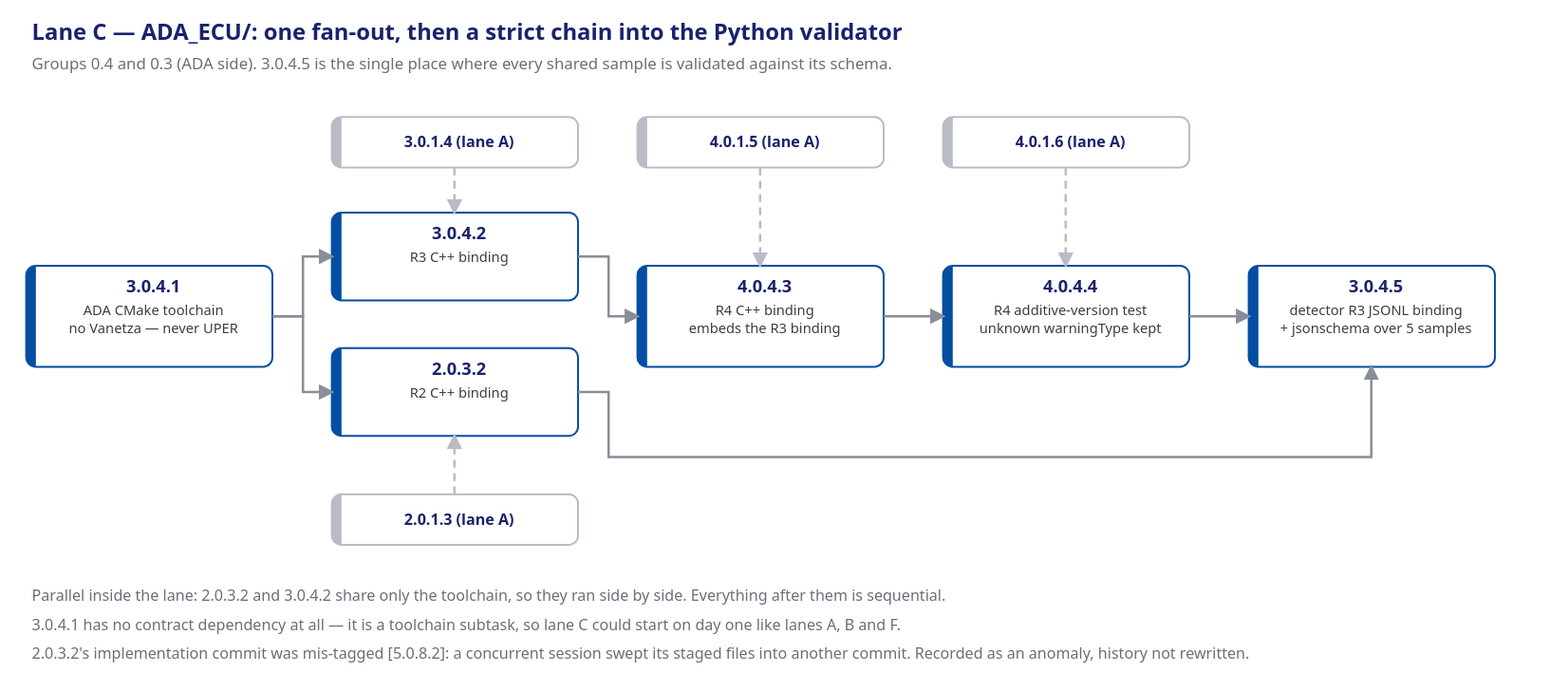
Above: presentation/assets/phase0-exec-lane-c.svg in mnpham2101/FPT-Hackathon2026 (draw.io), before the change. Source tidied: cells renumbered, new cells last; positions are measured from the earlier drawing's top-left corner, leaving out a move shared by most shapes. Source of this version:
```xml
<mxGraphModel>
  <root>
    <mxCell id="0" />
    <mxCell id="1" parent="0" />
    <mxCell id="2" value="Lane C — ADA_ECU/: one fan-out, then a strict chain into the Python validator" style="text;html=1;align=left;verticalAlign=middle;fontSize=16;fontColor=#19226D;fontStyle=1;" parent="1" vertex="1">
      <mxGeometry x="4" width="694" height="26" as="geometry" />
    </mxCell>
    <mxCell id="3" value="Lane C — ADA_ECU/: one fan-out, then a strict chain into the Python validator" style="text;html=1;align=left;verticalAlign=middle;fontSize=14;fontStyle=1;fontColor=#19226D;" parent="1" vertex="1">
      <mxGeometry y="1" width="1140" height="22" as="geometry" />
    </mxCell>
    <mxCell id="4" value="Groups 0.4 and 0.3 (ADA side). 3.0.4.5 is the single place where every shared sample is validated against its schema." style="text;html=1;align=left;verticalAlign=middle;fontSize=11;fontColor=#6b6e7b;" parent="1" vertex="1">
      <mxGeometry x="4" y="27" width="744" height="18" as="geometry" />
    </mxCell>
    <mxCell id="5" value="Groups 0.4 and 0.3 (ADA side). 3.0.4.5 is the single place where every shared sample is validated against its schema." style="text;html=1;align=left;verticalAlign=middle;fontSize=11;fontColor=#6b6e7b;" parent="1" vertex="1">
      <mxGeometry y="23" width="1140" height="18" as="geometry" />
    </mxCell>
    <mxCell id="6" value="&lt;b&gt;3.0.1.4  (lane A)&lt;/b&gt;" style="rounded=1;whiteSpace=wrap;html=1;fillColor=#ffffff;strokeColor=#b9bcc7;fontSize=11;fontColor=#19226D;verticalAlign=middle;" parent="1" vertex="1">
      <mxGeometry x="230" y="75" width="185" height="38" as="geometry" />
    </mxCell>
    <mxCell id="7" value="&lt;b&gt;4.0.1.5  (lane A)&lt;/b&gt;" style="rounded=1;whiteSpace=wrap;html=1;fillColor=#ffffff;strokeColor=#b9bcc7;fontSize=11;fontColor=#19226D;verticalAlign=middle;" parent="1" vertex="1">
      <mxGeometry x="460" y="75" width="185" height="38" as="geometry" />
    </mxCell>
    <mxCell id="8" value="&lt;b&gt;4.0.1.6  (lane A)&lt;/b&gt;" style="rounded=1;whiteSpace=wrap;html=1;fillColor=#ffffff;strokeColor=#b9bcc7;fontSize=11;fontColor=#19226D;verticalAlign=middle;" parent="1" vertex="1">
      <mxGeometry x="690" y="75" width="185" height="38" as="geometry" />
    </mxCell>
    <mxCell id="9" value="&lt;b&gt;2.0.1.3  (lane A)&lt;/b&gt;" style="rounded=1;whiteSpace=wrap;html=1;fillColor=#ffffff;strokeColor=#b9bcc7;fontSize=11;fontColor=#19226D;verticalAlign=middle;" parent="1" vertex="1">
      <mxGeometry x="230" y="359" width="185" height="38" as="geometry" />
    </mxCell>
    <mxCell id="10" value="&lt;b&gt;3.0.4.1&lt;/b&gt;&lt;br&gt;ADA CMake toolchain&lt;br&gt;no Vanetza — never UPER" style="rounded=1;whiteSpace=wrap;html=1;fillColor=#ffffff;strokeColor=#034EA2;fontSize=11;fontColor=#19226D;verticalAlign=middle;" parent="1" vertex="1">
      <mxGeometry y="187" width="185" height="76" as="geometry" />
    </mxCell>
    <mxCell id="11" value="&lt;b&gt;3.0.4.2&lt;/b&gt;&lt;br&gt;R3 C++ binding" style="rounded=1;whiteSpace=wrap;html=1;fillColor=#ffffff;strokeColor=#034EA2;fontSize=11;fontColor=#19226D;verticalAlign=middle;" parent="1" vertex="1">
      <mxGeometry x="230" y="147" width="185" height="66" as="geometry" />
    </mxCell>
    <mxCell id="12" value="&lt;b&gt;2.0.3.2&lt;/b&gt;&lt;br&gt;R2 C++ binding" style="rounded=1;whiteSpace=wrap;html=1;fillColor=#ffffff;strokeColor=#034EA2;fontSize=11;fontColor=#19226D;verticalAlign=middle;" parent="1" vertex="1">
      <mxGeometry x="230" y="249" width="185" height="66" as="geometry" />
    </mxCell>
    <mxCell id="13" value="&lt;b&gt;4.0.4.3&lt;/b&gt;&lt;br&gt;R4 C++ binding&lt;br&gt;embeds the R3 binding" style="rounded=1;whiteSpace=wrap;html=1;fillColor=#ffffff;strokeColor=#034EA2;fontSize=11;fontColor=#19226D;verticalAlign=middle;" parent="1" vertex="1">
      <mxGeometry x="460" y="187" width="185" height="76" as="geometry" />
    </mxCell>
    <mxCell id="14" value="&lt;b&gt;4.0.4.4&lt;/b&gt;&lt;br&gt;R4 additive-version test&lt;br&gt;unknown warningType kept" style="rounded=1;whiteSpace=wrap;html=1;fillColor=#ffffff;strokeColor=#034EA2;fontSize=11;fontColor=#19226D;verticalAlign=middle;" parent="1" vertex="1">
      <mxGeometry x="690" y="187" width="185" height="76" as="geometry" />
    </mxCell>
    <mxCell id="15" value="&lt;b&gt;3.0.4.5&lt;/b&gt;&lt;br&gt;detector R3 JSONL binding&lt;br&gt;+ jsonschema over 5 samples" style="rounded=1;whiteSpace=wrap;html=1;fillColor=#ffffff;strokeColor=#034EA2;fontSize=11;fontColor=#19226D;verticalAlign=middle;" parent="1" vertex="1">
      <mxGeometry x="920" y="187" width="185" height="76" as="geometry" />
    </mxCell>
    <mxCell id="16" style="edgeStyle=orthogonalEdgeStyle;rounded=0;html=1;strokeColor=#8a8d99;endArrow=classic;fontSize=10;" parent="1" edge="1" source="10" target="11">
      <mxGeometry relative="1" as="geometry">
        <Array as="points">
          <mxPoint x="208" y="225" />
          <mxPoint x="208" y="180" />
        </Array>
      </mxGeometry>
    </mxCell>
    <mxCell id="17" style="edgeStyle=orthogonalEdgeStyle;rounded=0;html=1;strokeColor=#8a8d99;endArrow=classic;fontSize=10;" parent="1" edge="1" source="10" target="12">
      <mxGeometry relative="1" as="geometry">
        <Array as="points">
          <mxPoint x="208" y="225" />
          <mxPoint x="208" y="282" />
        </Array>
      </mxGeometry>
    </mxCell>
    <mxCell id="18" style="edgeStyle=orthogonalEdgeStyle;rounded=0;html=1;strokeColor=#8a8d99;endArrow=classic;fontSize=10;" parent="1" edge="1" source="11" target="13">
      <mxGeometry relative="1" as="geometry">
        <Array as="points">
          <mxPoint x="438" y="180" />
          <mxPoint x="438" y="225" />
        </Array>
      </mxGeometry>
    </mxCell>
    <mxCell id="19" style="edgeStyle=orthogonalEdgeStyle;rounded=0;html=1;strokeColor=#8a8d99;endArrow=classic;fontSize=10;" parent="1" edge="1" source="13" target="14">
      <mxGeometry relative="1" as="geometry" />
    </mxCell>
    <mxCell id="20" style="edgeStyle=orthogonalEdgeStyle;rounded=0;html=1;strokeColor=#8a8d99;endArrow=classic;fontSize=10;" parent="1" edge="1" source="14" target="15">
      <mxGeometry relative="1" as="geometry" />
    </mxCell>
    <mxCell id="21" style="edgeStyle=orthogonalEdgeStyle;rounded=0;html=1;strokeColor=#8a8d99;endArrow=classic;fontSize=10;" parent="1" edge="1" source="12" target="15">
      <mxGeometry relative="1" as="geometry">
        <Array as="points">
          <mxPoint x="438" y="282" />
          <mxPoint x="438" y="331" />
          <mxPoint x="1012" y="331" />
        </Array>
      </mxGeometry>
    </mxCell>
    <mxCell id="22" style="edgeStyle=orthogonalEdgeStyle;rounded=0;html=1;strokeColor=#b9bcc7;dashed=1;endArrow=classic;fontSize=10;" parent="1" edge="1" source="6" target="11">
      <mxGeometry relative="1" as="geometry" />
    </mxCell>
    <mxCell id="23" style="edgeStyle=orthogonalEdgeStyle;rounded=0;html=1;strokeColor=#b9bcc7;dashed=1;endArrow=classic;fontSize=10;" parent="1" edge="1" source="7" target="13">
      <mxGeometry relative="1" as="geometry" />
    </mxCell>
    <mxCell id="24" style="edgeStyle=orthogonalEdgeStyle;rounded=0;html=1;strokeColor=#b9bcc7;dashed=1;endArrow=classic;fontSize=10;" parent="1" edge="1" source="8" target="14">
      <mxGeometry relative="1" as="geometry" />
    </mxCell>
    <mxCell id="25" style="edgeStyle=orthogonalEdgeStyle;rounded=0;html=1;strokeColor=#b9bcc7;dashed=1;endArrow=classic;fontSize=10;" parent="1" edge="1" source="9" target="12">
      <mxGeometry relative="1" as="geometry" />
    </mxCell>
    <mxCell id="26" value="Parallel inside the lane: 2.0.3.2 and 3.0.4.2 share only the toolchain, so they ran side by side. Everything after them is sequential." style="text;html=1;align=left;verticalAlign=middle;fontSize=10;fontColor=#6b6e7b;" parent="1" vertex="1">
      <mxGeometry x="4" y="427" width="817" height="17" as="geometry" />
    </mxCell>
    <mxCell id="27" value="3.0.4.1 has no contract dependency at all — it is a toolchain subtask, so lane C could start on day one like lanes A, B and F." style="text;html=1;align=left;verticalAlign=middle;fontSize=10;fontColor=#6b6e7b;" parent="1" vertex="1">
      <mxGeometry x="4" y="449" width="768" height="17" as="geometry" />
    </mxCell>
    <mxCell id="28" value="2.0.3.2's implementation commit was mis-tagged [5.0.8.2]: a concurrent session swept its staged files into another commit. Recorded as an anomaly, history not rewritten." style="text;html=1;align=left;verticalAlign=middle;fontSize=10;fontColor=#6b6e7b;" parent="1" vertex="1">
      <mxGeometry x="4" y="471" width="1030" height="17" as="geometry" />
    </mxCell>
  </root>
</mxGraphModel>
```
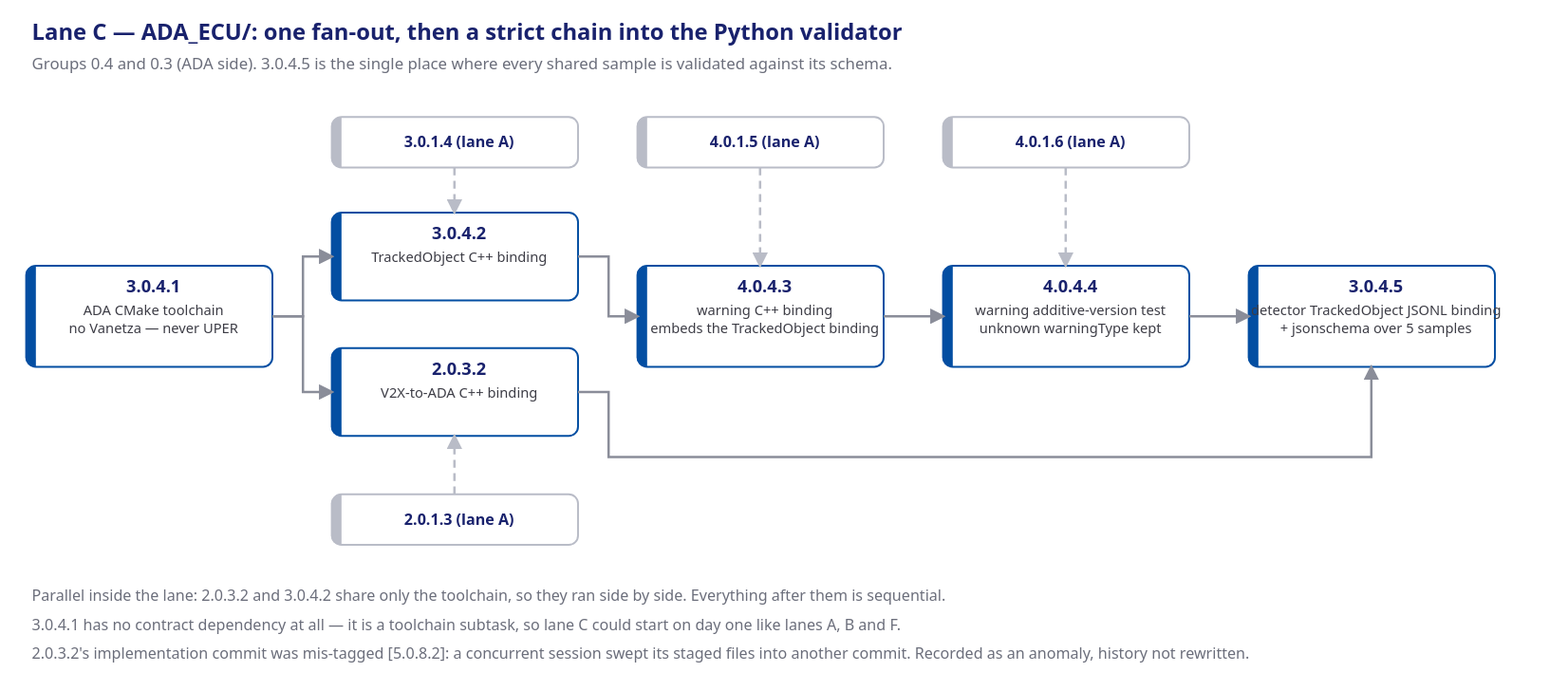
The same file after the commit.

Diff of the diagram source:
```diff
@@ -29,19 +29,19 @@
     <mxCell id="10" value="&lt;b&gt;3.0.4.1&lt;/b&gt;&lt;br&gt;ADA CMake toolchain&lt;br&gt;no Vanetza — never UPER" style="rounded=1;whiteSpace=wrap;html=1;fillColor=#ffffff;strokeColor=#034EA2;fontSize=11;fontColor=#19226D;verticalAlign=middle;" parent="1" vertex="1">
       <mxGeometry y="187" width="185" height="76" as="geometry" />
     </mxCell>
-    <mxCell id="11" value="&lt;b&gt;3.0.4.2&lt;/b&gt;&lt;br&gt;R3 C++ binding" style="rounded=1;whiteSpace=wrap;html=1;fillColor=#ffffff;strokeColor=#034EA2;fontSize=11;fontColor=#19226D;verticalAlign=middle;" parent="1" vertex="1">
+    <mxCell id="11" value="&lt;b&gt;3.0.4.2&lt;/b&gt;&lt;br&gt;TrackedObject C++ binding" style="rounded=1;whiteSpace=wrap;html=1;fillColor=#ffffff;strokeColor=#034EA2;fontSize=11;fontColor=#19226D;verticalAlign=middle;" parent="1" vertex="1">
       <mxGeometry x="230" y="147" width="185" height="66" as="geometry" />
     </mxCell>
-    <mxCell id="12" value="&lt;b&gt;2.0.3.2&lt;/b&gt;&lt;br&gt;R2 C++ binding" style="rounded=1;whiteSpace=wrap;html=1;fillColor=#ffffff;strokeColor=#034EA2;fontSize=11;fontColor=#19226D;verticalAlign=middle;" parent="1" vertex="1">
+    <mxCell id="12" value="&lt;b&gt;2.0.3.2&lt;/b&gt;&lt;br&gt;V2X-to-ADA C++ binding" style="rounded=1;whiteSpace=wrap;html=1;fillColor=#ffffff;strokeColor=#034EA2;fontSize=11;fontColor=#19226D;verticalAlign=middle;" parent="1" vertex="1">
       <mxGeometry x="230" y="249" width="185" height="66" as="geometry" />
     </mxCell>
-    <mxCell id="13" value="&lt;b&gt;4.0.4.3&lt;/b&gt;&lt;br&gt;R4 C++ binding&lt;br&gt;embeds the R3 binding" style="rounded=1;whiteSpace=wrap;html=1;fillColor=#ffffff;strokeColor=#034EA2;fontSize=11;fontColor=#19226D;verticalAlign=middle;" parent="1" vertex="1">
+    <mxCell id="13" value="&lt;b&gt;4.0.4.3&lt;/b&gt;&lt;br&gt;warning C++ binding&lt;br&gt;embeds the TrackedObject binding" style="rounded=1;whiteSpace=wrap;html=1;fillColor=#ffffff;strokeColor=#034EA2;fontSize=11;fontColor=#19226D;verticalAlign=middle;" parent="1" vertex="1">
       <mxGeometry x="460" y="187" width="185" height="76" as="geometry" />
     </mxCell>
-    <mxCell id="14" value="&lt;b&gt;4.0.4.4&lt;/b&gt;&lt;br&gt;R4 additive-version test&lt;br&gt;unknown warningType kept" style="rounded=1;whiteSpace=wrap;html=1;fillColor=#ffffff;strokeColor=#034EA2;fontSize=11;fontColor=#19226D;verticalAlign=middle;" parent="1" vertex="1">
+    <mxCell id="14" value="&lt;b&gt;4.0.4.4&lt;/b&gt;&lt;br&gt;warning additive-version test&lt;br&gt;unknown warningType kept" style="rounded=1;whiteSpace=wrap;html=1;fillColor=#ffffff;strokeColor=#034EA2;fontSize=11;fontColor=#19226D;verticalAlign=middle;" parent="1" vertex="1">
       <mxGeometry x="690" y="187" width="185" height="76" as="geometry" />
     </mxCell>
-    <mxCell id="15" value="&lt;b&gt;3.0.4.5&lt;/b&gt;&lt;br&gt;detector R3 JSONL binding&lt;br&gt;+ jsonschema over 5 samples" style="rounded=1;whiteSpace=wrap;html=1;fillColor=#ffffff;strokeColor=#034EA2;fontSize=11;fontColor=#19226D;verticalAlign=middle;" parent="1" vertex="1">
+    <mxCell id="15" value="&lt;b&gt;3.0.4.5&lt;/b&gt;&lt;br&gt;detector TrackedObject JSONL binding&lt;br&gt;+ jsonschema over 5 samples" style="rounded=1;whiteSpace=wrap;html=1;fillColor=#ffffff;strokeColor=#034EA2;fontSize=11;fontColor=#19226D;verticalAlign=middle;" parent="1" vertex="1">
       <mxGeometry x="920" y="187" width="185" height="76" as="geometry" />
     </mxCell>
     <mxCell id="16" style="edgeStyle=orthogonalEdgeStyle;rounded=0;html=1;strokeColor=#8a8d99;endArrow=classic;fontSize=10;" parent="1" edge="1" source="10" target="11">
```
